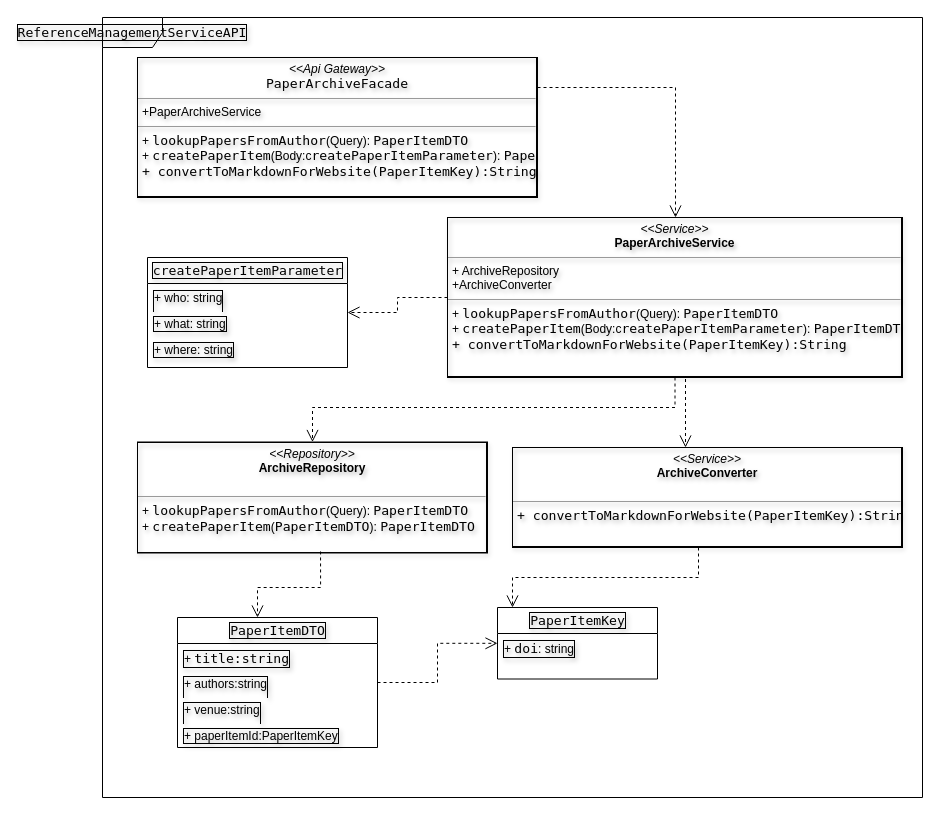
Before: MicroserviceArchitectures2.drawio in Szulce/Diagramy, a draw.io diagram. Source tidied: cells renumbered, new cells numbered last; positions are measured from the earlier drawing's top-left corner, leaving out a move shared by most shapes. Both pictures are drawn from the tidied source at 100%, with x=0, y=0 at pixel (102, 17).
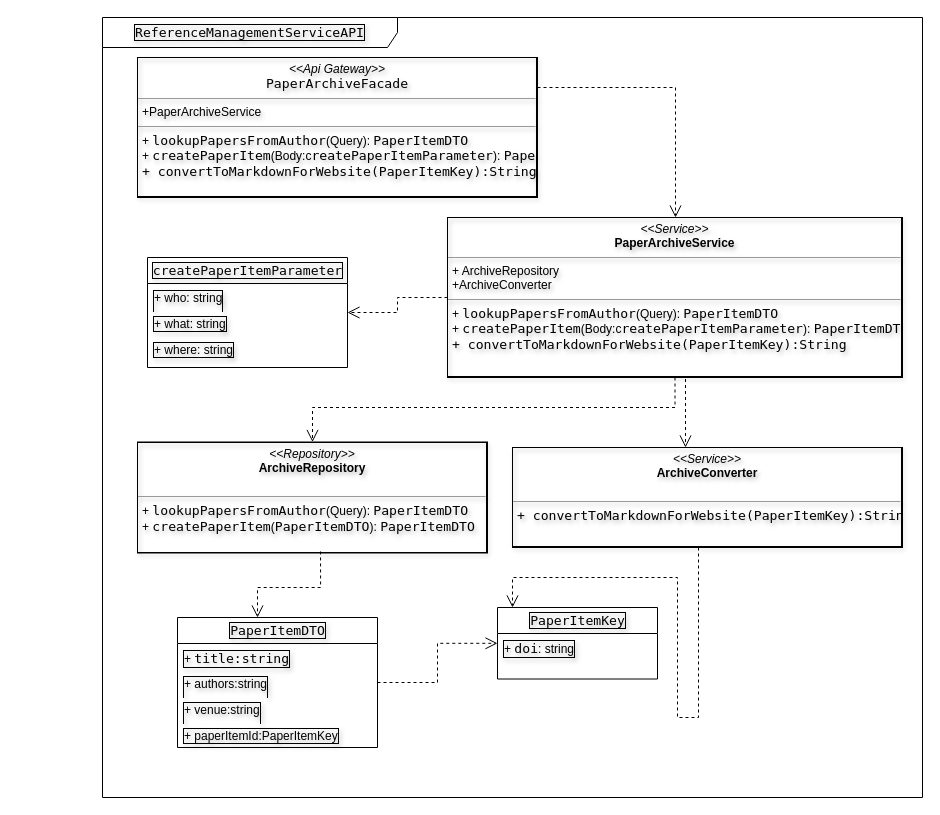
Above is the later version.

Unchanged cells that the change refers to:
```xml
<mxCell id="5" value="&lt;span style=&quot;font-family: SFMono-Regular, Menlo, Monaco, Consolas, &amp;quot;Liberation Mono&amp;quot;, &amp;quot;Courier New&amp;quot;, monospace; font-size: 13.125px; text-align: left; text-wrap: wrap;&quot;&gt;PaperItemKey&lt;/span&gt;" style="swimlane;html=1;fontStyle=0;horizontal=1;startSize=26;fillColor=none;swimlaneFillColor=#ffffff;rounded=0;shadow=0;comic=0;labelBackgroundColor=none;strokeWidth=1;fontFamily=Verdana;fontSize=10;align=center;labelBorderColor=default;textShadow=1;" parent="1" vertex="1">
  <mxGeometry x="395" y="590" width="160" height="71.5" as="geometry" />
</mxCell>
```

The edit, as a diff of the source:
```diff
@@
-    <mxCell id="2" value="&lt;span style=&quot;font-family: SFMono-Regular, Menlo, Monaco, Consolas, &amp;quot;Liberation Mono&amp;quot;, &amp;quot;Courier New&amp;quot;, monospace; font-size: 13.125px; text-align: left;&quot;&gt;ReferenceManagementServiceAPI&lt;/span&gt;" style="shape=umlFrame;whiteSpace=wrap;html=1;rounded=0;shadow=0;comic=0;labelBackgroundColor=none;strokeWidth=1;fontFamily=Verdana;fontSize=10;align=center;labelBorderColor=default;textShadow=1;" parent="1" vertex="1">
+    <mxCell id="2" value="&lt;span style=&quot;font-family: SFMono-Regular, Menlo, Monaco, Consolas, &amp;quot;Liberation Mono&amp;quot;, &amp;quot;Courier New&amp;quot;, monospace; font-size: 13.125px; text-align: left;&quot;&gt;ReferenceManagementServiceAPI&lt;/span&gt;" style="shape=umlFrame;whiteSpace=wrap;html=1;rounded=0;shadow=0;comic=0;labelBackgroundColor=none;strokeWidth=1;fontFamily=Verdana;fontSize=10;align=center;labelBorderColor=default;textShadow=1;width=295;height=30;" parent="1" vertex="1">
       <mxGeometry width="820" height="780" as="geometry" />
     </mxCell>
     <mxCell id="3" style="edgeStyle=orthogonalEdgeStyle;rounded=0;html=1;dashed=1;labelBackgroundColor=none;startFill=0;endArrow=open;endFill=0;endSize=10;fontFamily=Verdana;fontSize=10;exitX=0.477;exitY=0.98;exitDx=0;exitDy=0;exitPerimeter=0;fontColor=default;labelBorderColor=default;textShadow=1;" parent="1" edge="1" target="5">
       <mxGeometry relative="1" as="geometry">
         <mxPoint x="596" y="500" as="sourcePoint" />
         <Array as="points">
-          <mxPoint x="596" y="560" />
+          <mxPoint x="596" y="700" />
+          <mxPoint x="575" y="700" />
+          <mxPoint x="575" y="560" />
           <mxPoint x="410" y="560" />
         </Array>
       </mxGeometry>
     </mxCell>
```
